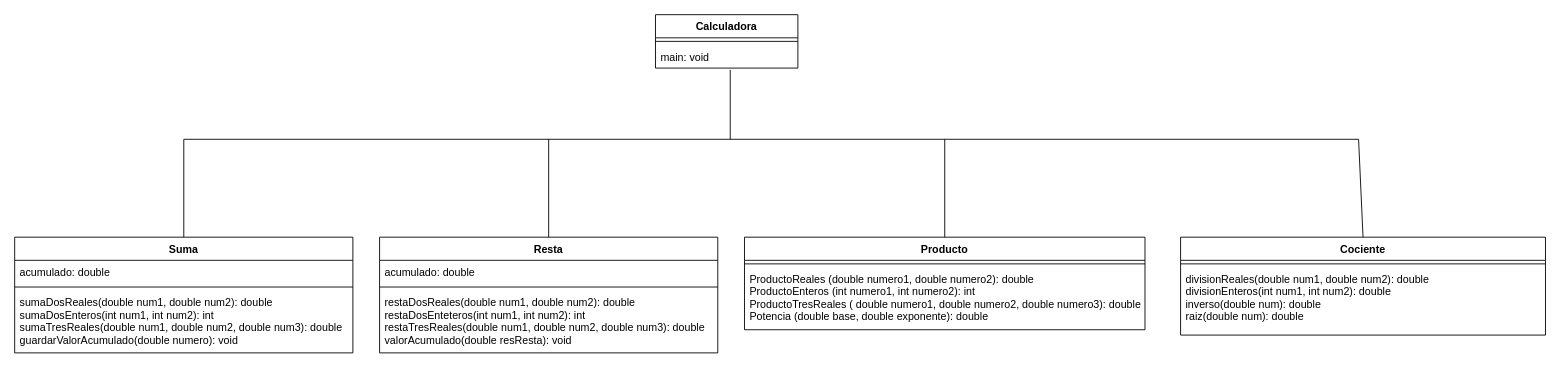
Above: AE_4_Carlos/Diagrama de clases Calculadora.drawio in Cambixx/WS_Actividad_ED (draw.io), before the change. Source tidied: cells renumbered, new cells numbered last; positions are measured from the earlier drawing's top-left corner, leaving out a move shared by most shapes. Both pictures are drawn from the tidied source at 89%, with x=0, y=0 at pixel (14, 14).
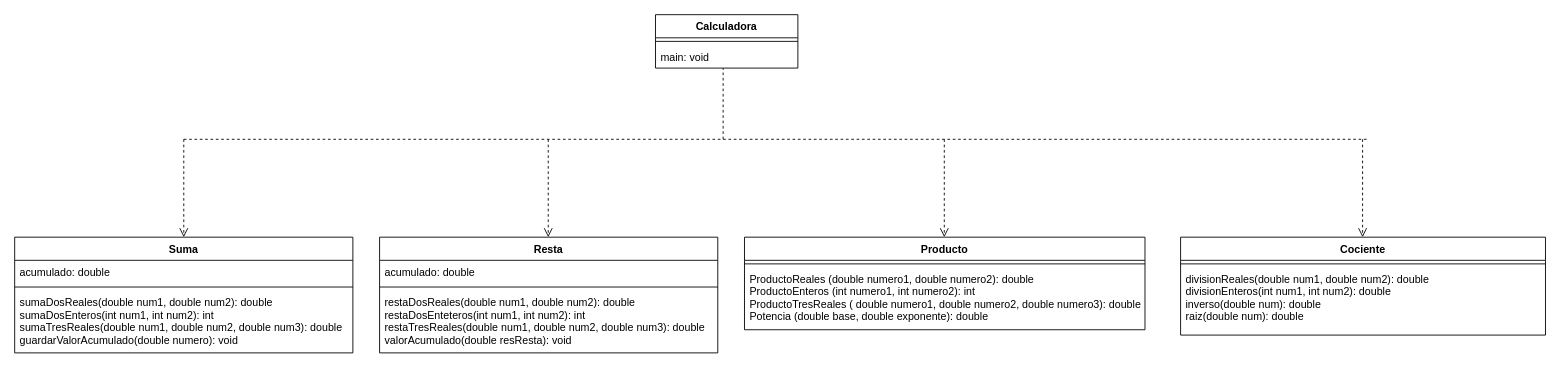
The same diagram, later.

Commit message:
cambios en casos de uso

The change refers to these unchanged cells:
```xml
<mxCell id="2" value="Suma" style="swimlane;fontStyle=1;align=center;verticalAlign=top;horizontal=1;startSize=26;" parent="1" vertex="1">
  <mxGeometry y="250" width="380" height="130" as="geometry" />
</mxCell>
<mxCell id="6" value="Resta" style="swimlane;fontStyle=1;align=center;verticalAlign=top;horizontal=1;startSize=26;" parent="1" vertex="1">
  <mxGeometry x="410" y="250" width="380" height="130" as="geometry" />
</mxCell>
<mxCell id="10" value="Producto" style="swimlane;fontStyle=1;align=center;verticalAlign=top;horizontal=1;startSize=26;" parent="1" vertex="1">
  <mxGeometry x="820" y="250" width="450" height="104" as="geometry" />
</mxCell>
<mxCell id="13" value="Cociente" style="swimlane;fontStyle=1;align=center;verticalAlign=top;horizontal=1;startSize=26;" parent="1" vertex="1">
  <mxGeometry x="1310" y="250" width="410" height="110" as="geometry" />
</mxCell>
<mxCell id="18" value="main: void" style="text;strokeColor=none;fillColor=none;align=left;verticalAlign=top;spacingLeft=4;spacingRight=4;overflow=hidden;points=[[0,0.5],[1,0.5]];portConstraint=eastwest;" parent="16" vertex="1">
  <mxGeometry y="34" width="160" height="26" as="geometry" />
</mxCell>
```

Diff of the diagram source:
```diff
@@
-    <mxCell id="19" style="endArrow=none;html=1;rounded=0;" parent="1" edge="1">
-      <mxGeometry relative="1" as="geometry">
-        <mxPoint x="190" y="140" as="sourcePoint" />
-        <mxPoint x="1510" y="140" as="targetPoint" />
-      </mxGeometry>
-    </mxCell>
-    <mxCell id="20" style="endArrow=none;html=1;rounded=0;" parent="1" edge="1" source="2">
-      <mxGeometry relative="1" as="geometry">
-        <mxPoint x="190" y="140" as="targetPoint" />
-      </mxGeometry>
-    </mxCell>
-    <mxCell id="21" style="endArrow=none;html=1;rounded=0;exitX=0.5;exitY=0;exitDx=0;exitDy=0;" parent="1" edge="1" source="6">
-      <mxGeometry relative="1" as="geometry">
-        <mxPoint x="600" y="140" as="targetPoint" />
-      </mxGeometry>
-    </mxCell>
-    <mxCell id="22" style="endArrow=none;html=1;rounded=0;entryX=0.5;entryY=0;entryDx=0;entryDy=0;" parent="1" edge="1" target="10">
-      <mxGeometry relative="1" as="geometry">
-        <mxPoint x="1045" y="140" as="sourcePoint" />
-      </mxGeometry>
-    </mxCell>
-    <mxCell id="23" style="endArrow=none;html=1;rounded=0;entryX=0.5;entryY=0;entryDx=0;entryDy=0;" parent="1" edge="1" target="13">
-      <mxGeometry relative="1" as="geometry">
-        <mxPoint x="1510" y="140" as="sourcePoint" />
-      </mxGeometry>
-    </mxCell>
-    <mxCell id="24" style="endArrow=none;html=1;rounded=0;exitX=0.525;exitY=1.077;exitDx=0;exitDy=0;exitPerimeter=0;" parent="1" edge="1" source="18">
-      <mxGeometry relative="1" as="geometry">
-        <mxPoint x="804" y="140" as="targetPoint" />
-      </mxGeometry>
-    </mxCell>
+    <mxCell id="25" style="endArrow=none;dashed=1;html=1;rounded=0;" parent="1" edge="1">
+      <mxGeometry relative="1" as="geometry">
+        <mxPoint x="190" y="140" as="sourcePoint" />
+        <mxPoint x="1520" y="140" as="targetPoint" />
+      </mxGeometry>
+    </mxCell>
+    <mxCell id="26" style="html=1;verticalAlign=bottom;endArrow=open;dashed=1;endSize=8;rounded=0;entryX=0.5;entryY=0;entryDx=0;entryDy=0;" parent="1" edge="1" target="2">
+      <mxGeometry relative="1" as="geometry">
+        <mxPoint x="190" y="140" as="sourcePoint" />
+      </mxGeometry>
+    </mxCell>
+    <mxCell id="27" style="html=1;verticalAlign=bottom;endArrow=open;dashed=1;endSize=8;rounded=0;entryX=0.5;entryY=0;entryDx=0;entryDy=0;" parent="1" edge="1">
+      <mxGeometry relative="1" as="geometry">
+        <mxPoint x="599.5" y="140" as="sourcePoint" />
+        <mxPoint x="599.5" y="250" as="targetPoint" />
+      </mxGeometry>
+    </mxCell>
+    <mxCell id="28" style="html=1;verticalAlign=bottom;endArrow=open;dashed=1;endSize=8;rounded=0;entryX=0.5;entryY=0;entryDx=0;entryDy=0;" parent="1" edge="1">
+      <mxGeometry relative="1" as="geometry">
+        <mxPoint x="1044.5" y="140" as="sourcePoint" />
+        <mxPoint x="1044.5" y="250" as="targetPoint" />
+      </mxGeometry>
+    </mxCell>
+    <mxCell id="29" style="html=1;verticalAlign=bottom;endArrow=open;dashed=1;endSize=8;rounded=0;entryX=0.5;entryY=0;entryDx=0;entryDy=0;" parent="1" edge="1">
+      <mxGeometry relative="1" as="geometry">
+        <mxPoint x="1514.5" y="140" as="sourcePoint" />
+        <mxPoint x="1514.5" y="250" as="targetPoint" />
+      </mxGeometry>
+    </mxCell>
+    <mxCell id="30" style="endArrow=none;dashed=1;html=1;rounded=0;" parent="1" edge="1">
+      <mxGeometry relative="1" as="geometry">
+        <mxPoint x="796" y="140" as="sourcePoint" />
+        <mxPoint x="796" y="60" as="targetPoint" />
+      </mxGeometry>
+    </mxCell>
```
